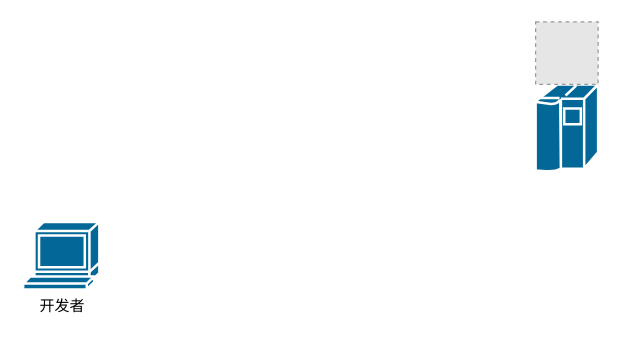
qxcjust/allkindsofArchitecture keeps this draw.io diagram as CodeCommitFlow.drawio. Above is the earlier version. Source tidied: cells renumbered, new cells numbered last; positions are measured from the earlier drawing's top-left corner, leaving out a move shared by most shapes. Both pictures are drawn from the tidied source at 125%, with x=0, y=0 at pixel (22, 21). Pictures stored in the file or linked from it are replaced by grey dashed boxes.
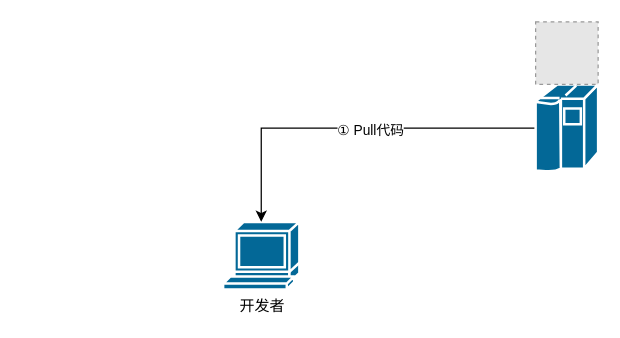
Above is the later version.

Change to the diagram source:
```diff
@@
 <mxGraphModel>
   <root>
     <mxCell id="0" />
     <mxCell id="1" parent="0" />
     <mxCell id="2" value="开发者" style="sketch=0;html=1;dashed=0;fillColor=#036897;strokeColor=#ffffff;strokeWidth=2;verticalLabelPosition=bottom;verticalAlign=top;align=center;outlineConnect=0;shape=mxgraph.cisco.computers_and_peripherals.terminal;" parent="1" vertex="1">
-      <mxGeometry y="160" width="61" height="54" as="geometry" />
+      <mxGeometry x="160" y="160" width="61" height="54" as="geometry" />
     </mxCell>
+    <mxCell id="5" style="edgeStyle=orthogonalEdgeStyle;rounded=0;jettySize=auto;html=1;exitX=0;exitY=0.5;exitDx=0;exitDy=0;exitPerimeter=0;" parent="1" edge="1" source="3" target="2">
+      <mxGeometry relative="1" as="geometry" />
+    </mxCell>
+    <mxCell id="6" value="① Pull代码" style="edgeLabel;html=1;align=center;verticalAlign=middle;" parent="5" vertex="1">
+      <mxGeometry x="-0.1" y="1" relative="1" as="geometry" />
+    </mxCell>
     <mxCell id="3" style="sketch=0;html=1;dashed=0;fillColor=#036897;strokeColor=#ffffff;strokeWidth=2;verticalLabelPosition=bottom;verticalAlign=top;align=center;outlineConnect=0;shape=mxgraph.cisco.computers_and_peripherals.ibm_mainframe;" parent="1" vertex="1">
       <mxGeometry x="410" y="50" width="50" height="70" as="geometry" />
     </mxCell>
     <mxCell id="4" style="fillColor=#E6E6E6;strokeColor=#999999;dashed=1;html=1;verticalAlign=top;verticalLabelPosition=bottom;labelBackgroundColor=#ffffff;" parent="1" vertex="1">
       <mxGeometry x="410" width="50" height="50" as="geometry" />
     </mxCell>
   </root>
 </mxGraphModel>
```
